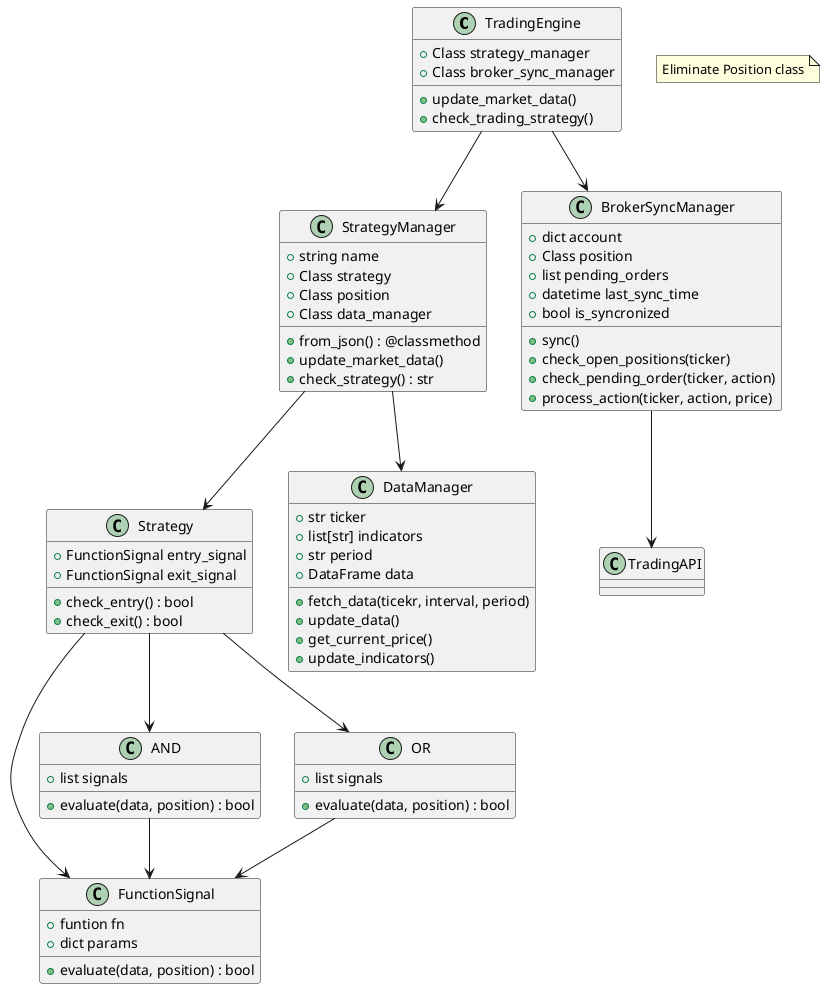
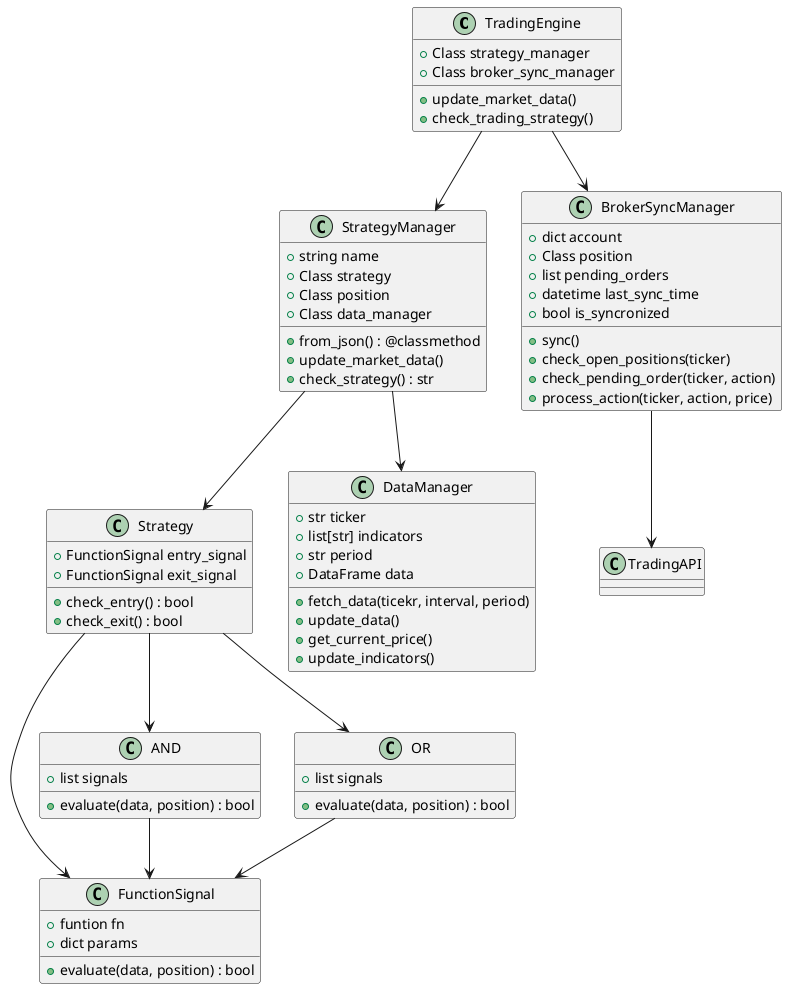
@startuml

    TradingEngine --> StrategyManager
    TradingEngine --> BrokerSyncManager

- 	note "Eliminate Position class" as N1
    BrokerSyncManager --> Position
	BrokerSyncManager --> TradingAPI

    StrategyManager --> Position
    StrategyManager --> Strategy
    StrategyManager --> DataManager

    Strategy --> FunctionSignal
    Strategy --> AND
    Strategy --> OR

    AND --> FunctionSignal
    OR --> FunctionSignal

    class TradingEngine {
	    +Class strategy_manager
	    +Class broker_sync_manager

	    +update_market_data()
	    +check_trading_strategy()
    }

    class StrategyManager {
	    +string name
	    +Class strategy
	    +Class position
	    +Class data_manager

	    +from_json() : @classmethod
	    +update_market_data()
	    +check_strategy() : str
    }

    class BrokerSyncManager {
	    +dict account
	    +Class position
	    +list pending_orders
	    +datetime last_sync_time
	    +bool is_syncronized

	    +sync()
	    +check_open_positions(ticker)
	    +check_pending_order(ticker, action)
	    +process_action(ticker, action, price)
    }

    class Position {
    }

    class Strategy {
	    +FunctionSignal entry_signal
	    +FunctionSignal exit_signal

	    +check_entry() : bool
	    +check_exit() : bool
    }

    class DataManager {
	    +str ticker
	    +list[str] indicators
	    +str period
	    +DataFrame data

	    +fetch_data(ticekr, interval, period)
	    +update_data()
	    +get_current_price()
	    +update_indicators()
    }

    class FunctionSignal {
	    +funtion fn
	    +dict params

	    +evaluate(data, position) : bool
    }

    class AND {
	    +list signals

	    +evaluate(data, position) : bool
    }

    class OR {
	    +list signals

	    +evaluate(data, position) : bool
    }

	class TradingAPI{
	}


	remove Position
@enduml